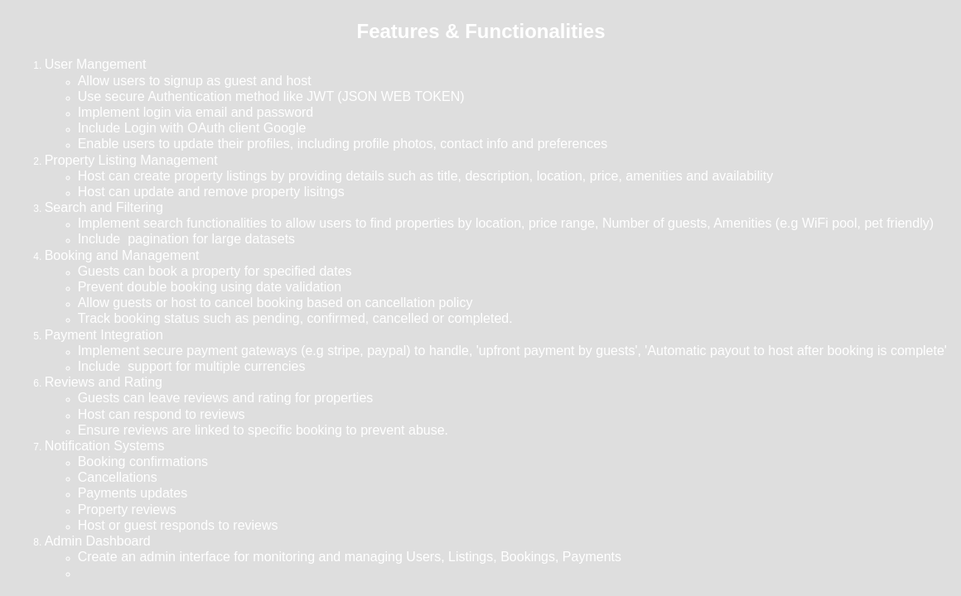
Above: features-and-functionalities/Airbnb_Clone_document.drawio.png in chukssomzzy/alx-airbnb-project-documentation (draw.io), before the change. Source tidied: cells renumbered, new cells last; positions are measured from the earlier drawing's top-left corner, leaving out a move shared by most shapes.
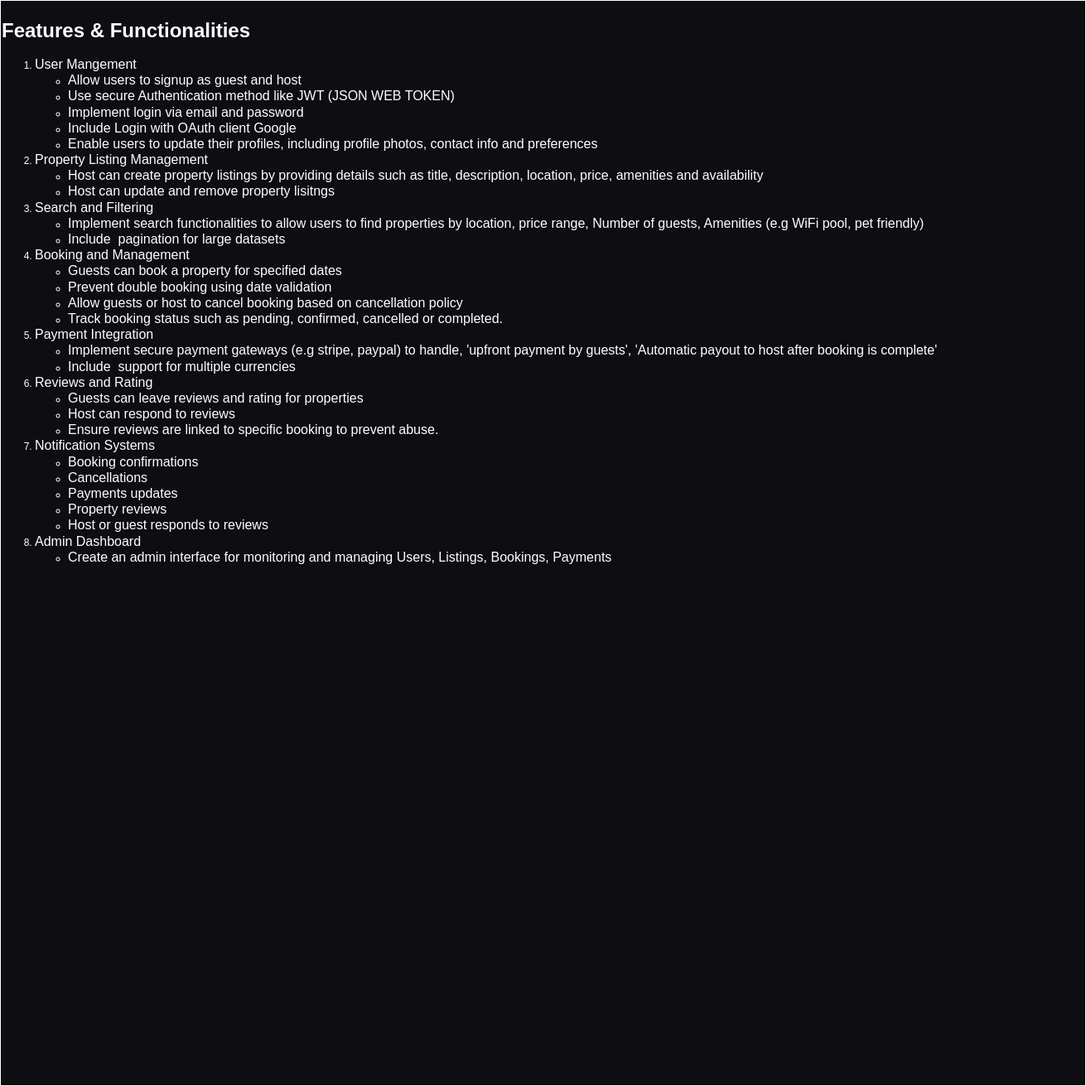
Later version of the same file.

Commit message:
feat: added use case diagram of the system

What changed in the source:
```diff
@@ -2,8 +2,11 @@
   <root>
     <mxCell id="0" />
     <mxCell id="1" parent="0" />
+    <mxCell id="3" style="whiteSpace=wrap;html=1;fillColor=#0D0D12;" parent="1" vertex="1">
+      <mxGeometry width="1310" height="1310" as="geometry" />
+    </mxCell>
-    <mxCell id="2" value="&lt;h1&gt;&lt;font&gt;Features &amp;amp; Functionalities&lt;/font&gt;&lt;/h1&gt;&lt;div style=&quot;text-align: left;&quot;&gt;&lt;ol&gt;&lt;li&gt;&lt;font style=&quot;font-size: 16px;&quot;&gt;User Mangement&amp;nbsp;&lt;/font&gt;&lt;/li&gt;&lt;ul&gt;&lt;li&gt;&lt;font style=&quot;font-size: 16px;&quot;&gt;Allow users to signup as guest and host&amp;nbsp;&lt;/font&gt;&lt;/li&gt;&lt;li&gt;&lt;font style=&quot;font-size: 16px;&quot;&gt;Use secure Authentication method like JWT (JSON WEB TOKEN)&amp;nbsp;&lt;/font&gt;&lt;/li&gt;&lt;li&gt;&lt;font style=&quot;font-size: 16px;&quot;&gt;Implement login via email and password&amp;nbsp;&lt;/font&gt;&lt;/li&gt;&lt;li&gt;&lt;font style=&quot;font-size: 16px;&quot;&gt;Include Login with OAuth client Google&amp;nbsp;&lt;/font&gt;&lt;/li&gt;&lt;li&gt;&lt;font style=&quot;font-size: 16px;&quot;&gt;Enable users to update their profiles, including profile photos, contact info and preferences&amp;nbsp;&lt;/font&gt;&lt;/li&gt;&lt;/ul&gt;&lt;li&gt;&lt;span style=&quot;font-size: 16px;&quot;&gt;Property Listing Management&amp;nbsp;&lt;/span&gt;&lt;/li&gt;&lt;ul&gt;&lt;li&gt;&lt;span style=&quot;font-size: 16px;&quot;&gt;Host can create property listings by providing details such as title, description, location, price, amenities and availability&amp;nbsp;&lt;/span&gt;&lt;/li&gt;&lt;li&gt;&lt;span style=&quot;font-size: 16px;&quot;&gt;Host can update and remove property lisitngs&lt;/span&gt;&lt;/li&gt;&lt;/ul&gt;&lt;li&gt;&lt;span style=&quot;font-size: 16px;&quot;&gt;Search and Filtering&amp;nbsp;&lt;/span&gt;&lt;/li&gt;&lt;ul&gt;&lt;li&gt;&lt;span style=&quot;font-size: 16px;&quot;&gt;Implement search functionalities to allow users to find properties by location, price range, Number of guests, Amenities (e.g WiFi pool, pet friendly)&lt;/span&gt;&lt;/li&gt;&lt;li&gt;&lt;span style=&quot;font-size: 16px;&quot;&gt;Include&amp;nbsp; pagination for large datasets&lt;/span&gt;&lt;/li&gt;&lt;/ul&gt;&lt;li&gt;&lt;span style=&quot;font-size: 16px;&quot;&gt;Booking and Management&amp;nbsp;&lt;/span&gt;&lt;/li&gt;&lt;ul&gt;&lt;li&gt;&lt;span style=&quot;font-size: 16px;&quot;&gt;Guests can book a property for specified dates&amp;nbsp;&lt;/span&gt;&lt;/li&gt;&lt;li&gt;&lt;span style=&quot;font-size: 16px;&quot;&gt;Prevent double booking using date validation&amp;nbsp;&lt;/span&gt;&lt;/li&gt;&lt;li&gt;&lt;span style=&quot;font-size: 16px;&quot;&gt;Allow guests or host to cancel booking based on cancellation policy&amp;nbsp;&lt;/span&gt;&lt;/li&gt;&lt;li&gt;&lt;span style=&quot;font-size: 16px;&quot;&gt;Track booking status such as pending, confirmed, cancelled or completed.&amp;nbsp;&lt;/span&gt;&lt;/li&gt;&lt;/ul&gt;&lt;li&gt;&lt;span style=&quot;font-size: 16px;&quot;&gt;Payment Integration&amp;nbsp;&lt;/span&gt;&lt;/li&gt;&lt;ul&gt;&lt;li&gt;&lt;span style=&quot;font-size: 16px;&quot;&gt;Implement secure payment gateways (e.g stripe, paypal) to handle, 'upfront payment by guests', 'Automatic payout to host after booking is complete'&amp;nbsp;&lt;/span&gt;&lt;/li&gt;&lt;li&gt;&lt;span style=&quot;font-size: 16px;&quot;&gt;Include&amp;nbsp; support for multiple currencies&lt;/span&gt;&lt;/li&gt;&lt;/ul&gt;&lt;li&gt;&lt;span style=&quot;font-size: 16px;&quot;&gt;Reviews and Rating&amp;nbsp;&lt;/span&gt;&lt;/li&gt;&lt;ul&gt;&lt;li&gt;&lt;span style=&quot;font-size: 16px;&quot;&gt;Guests can leave reviews and rating for properties&lt;/span&gt;&lt;/li&gt;&lt;li&gt;&lt;span style=&quot;font-size: 16px;&quot;&gt;Host can respond to reviews&amp;nbsp;&lt;/span&gt;&lt;/li&gt;&lt;li&gt;&lt;span style=&quot;font-size: 16px;&quot;&gt;Ensure reviews are linked to specific booking to prevent abuse.&amp;nbsp;&lt;/span&gt;&lt;/li&gt;&lt;/ul&gt;&lt;li&gt;&lt;span style=&quot;font-size: 16px;&quot;&gt;Notification Systems&amp;nbsp;&lt;/span&gt;&lt;/li&gt;&lt;ul&gt;&lt;li&gt;&lt;span style=&quot;font-size: 16px;&quot;&gt;Booking confirmations&amp;nbsp;&lt;/span&gt;&lt;/li&gt;&lt;li&gt;&lt;span style=&quot;font-size: 16px;&quot;&gt;Cancellations&amp;nbsp;&lt;/span&gt;&lt;/li&gt;&lt;li&gt;&lt;span style=&quot;font-size: 16px;&quot;&gt;Payments updates&amp;nbsp;&lt;/span&gt;&lt;/li&gt;&lt;li&gt;&lt;span style=&quot;font-size: 16px;&quot;&gt;Property reviews&amp;nbsp;&lt;/span&gt;&lt;/li&gt;&lt;li&gt;&lt;span style=&quot;font-size: 16px;&quot;&gt;Host or guest responds to reviews&amp;nbsp;&lt;/span&gt;&lt;/li&gt;&lt;/ul&gt;&lt;li&gt;&lt;span style=&quot;font-size: 16px;&quot;&gt;Admin Dashboard&amp;nbsp;&lt;/span&gt;&lt;/li&gt;&lt;ul&gt;&lt;li&gt;&lt;span style=&quot;font-size: 16px;&quot;&gt;Create an admin interface for monitoring and managing Users, Listings, Bookings, Payments&amp;nbsp;&lt;/span&gt;&lt;/li&gt;&lt;li&gt;&lt;span style=&quot;font-size: 16px;&quot;&gt;&lt;br&gt;&lt;/span&gt;&lt;/li&gt;&lt;/ul&gt;&lt;/ol&gt;&lt;/div&gt;" style="text;html=1;align=center;verticalAlign=middle;strokeColor=none;fillColor=none;" parent="1" vertex="1">
-      <mxGeometry width="1160" height="720" as="geometry" />
+    <mxCell id="2" value="&lt;h1&gt;&lt;font&gt;Features &amp;amp; Functionalities&lt;/font&gt;&lt;/h1&gt;&lt;div style=&quot;&quot;&gt;&lt;ol&gt;&lt;li&gt;&lt;font style=&quot;font-size: 16px;&quot;&gt;User Mangement&amp;nbsp;&lt;/font&gt;&lt;/li&gt;&lt;ul&gt;&lt;li&gt;&lt;font style=&quot;font-size: 16px;&quot;&gt;Allow users to signup as guest and host&amp;nbsp;&lt;/font&gt;&lt;/li&gt;&lt;li&gt;&lt;font style=&quot;font-size: 16px;&quot;&gt;Use secure Authentication method like JWT (JSON WEB TOKEN)&amp;nbsp;&lt;/font&gt;&lt;/li&gt;&lt;li&gt;&lt;font style=&quot;font-size: 16px;&quot;&gt;Implement login via email and password&amp;nbsp;&lt;/font&gt;&lt;/li&gt;&lt;li&gt;&lt;font style=&quot;font-size: 16px;&quot;&gt;Include Login with OAuth client Google&amp;nbsp;&lt;/font&gt;&lt;/li&gt;&lt;li&gt;&lt;font style=&quot;font-size: 16px;&quot;&gt;Enable users to update their profiles, including profile photos, contact info and preferences&amp;nbsp;&lt;/font&gt;&lt;/li&gt;&lt;/ul&gt;&lt;li&gt;&lt;span style=&quot;font-size: 16px;&quot;&gt;Property Listing Management&amp;nbsp;&lt;/span&gt;&lt;/li&gt;&lt;ul&gt;&lt;li&gt;&lt;span style=&quot;font-size: 16px;&quot;&gt;Host can create property listings by providing details such as title, description, location, price, amenities and availability&amp;nbsp;&lt;/span&gt;&lt;/li&gt;&lt;li&gt;&lt;span style=&quot;font-size: 16px;&quot;&gt;Host can update and remove property lisitngs&lt;/span&gt;&lt;/li&gt;&lt;/ul&gt;&lt;li&gt;&lt;span style=&quot;font-size: 16px;&quot;&gt;Search and Filtering&amp;nbsp;&lt;/span&gt;&lt;/li&gt;&lt;ul&gt;&lt;li&gt;&lt;span style=&quot;font-size: 16px;&quot;&gt;Implement search functionalities to allow users to find properties by location, price range, Number of guests, Amenities (e.g WiFi pool, pet friendly)&lt;/span&gt;&lt;/li&gt;&lt;li&gt;&lt;span style=&quot;font-size: 16px;&quot;&gt;Include&amp;nbsp; pagination for large datasets&lt;/span&gt;&lt;/li&gt;&lt;/ul&gt;&lt;li&gt;&lt;span style=&quot;font-size: 16px;&quot;&gt;Booking and Management&amp;nbsp;&lt;/span&gt;&lt;/li&gt;&lt;ul&gt;&lt;li&gt;&lt;span style=&quot;font-size: 16px;&quot;&gt;Guests can book a property for specified dates&amp;nbsp;&lt;/span&gt;&lt;/li&gt;&lt;li&gt;&lt;span style=&quot;font-size: 16px;&quot;&gt;Prevent double booking using date validation&amp;nbsp;&lt;/span&gt;&lt;/li&gt;&lt;li&gt;&lt;span style=&quot;font-size: 16px;&quot;&gt;Allow guests or host to cancel booking based on cancellation policy&amp;nbsp;&lt;/span&gt;&lt;/li&gt;&lt;li&gt;&lt;span style=&quot;font-size: 16px;&quot;&gt;Track booking status such as pending, confirmed, cancelled or completed.&amp;nbsp;&lt;/span&gt;&lt;/li&gt;&lt;/ul&gt;&lt;li&gt;&lt;span style=&quot;font-size: 16px;&quot;&gt;Payment Integration&amp;nbsp;&lt;/span&gt;&lt;/li&gt;&lt;ul&gt;&lt;li&gt;&lt;span style=&quot;font-size: 16px;&quot;&gt;Implement secure payment gateways (e.g stripe, paypal) to handle, 'upfront payment by guests', 'Automatic payout to host after booking is complete'&amp;nbsp;&lt;/span&gt;&lt;/li&gt;&lt;li&gt;&lt;span style=&quot;font-size: 16px;&quot;&gt;Include&amp;nbsp; support for multiple currencies&lt;/span&gt;&lt;/li&gt;&lt;/ul&gt;&lt;li&gt;&lt;span style=&quot;font-size: 16px;&quot;&gt;Reviews and Rating&amp;nbsp;&lt;/span&gt;&lt;/li&gt;&lt;ul&gt;&lt;li&gt;&lt;span style=&quot;font-size: 16px;&quot;&gt;Guests can leave reviews and rating for properties&lt;/span&gt;&lt;/li&gt;&lt;li&gt;&lt;span style=&quot;font-size: 16px;&quot;&gt;Host can respond to reviews&amp;nbsp;&lt;/span&gt;&lt;/li&gt;&lt;li&gt;&lt;span style=&quot;font-size: 16px;&quot;&gt;Ensure reviews are linked to specific booking to prevent abuse.&amp;nbsp;&lt;/span&gt;&lt;/li&gt;&lt;/ul&gt;&lt;li&gt;&lt;span style=&quot;font-size: 16px;&quot;&gt;Notification Systems&amp;nbsp;&lt;/span&gt;&lt;/li&gt;&lt;ul&gt;&lt;li&gt;&lt;span style=&quot;font-size: 16px;&quot;&gt;Booking confirmations&amp;nbsp;&lt;/span&gt;&lt;/li&gt;&lt;li&gt;&lt;span style=&quot;font-size: 16px;&quot;&gt;Cancellations&amp;nbsp;&lt;/span&gt;&lt;/li&gt;&lt;li&gt;&lt;span style=&quot;font-size: 16px;&quot;&gt;Payments updates&amp;nbsp;&lt;/span&gt;&lt;/li&gt;&lt;li&gt;&lt;span style=&quot;font-size: 16px;&quot;&gt;Property reviews&amp;nbsp;&lt;/span&gt;&lt;/li&gt;&lt;li&gt;&lt;span style=&quot;font-size: 16px;&quot;&gt;Host or guest responds to reviews&amp;nbsp;&lt;/span&gt;&lt;/li&gt;&lt;/ul&gt;&lt;li&gt;&lt;span style=&quot;font-size: 16px;&quot;&gt;Admin Dashboard&amp;nbsp;&lt;/span&gt;&lt;/li&gt;&lt;ul&gt;&lt;li&gt;&lt;span style=&quot;font-size: 16px;&quot;&gt;Create an admin interface for monitoring and managing Users, Listings, Bookings, Payments&amp;nbsp;&lt;/span&gt;&lt;/li&gt;&lt;/ul&gt;&lt;/ol&gt;&lt;/div&gt;" style="text;html=1;align=left;verticalAlign=middle;" parent="1" vertex="1">
+      <mxGeometry width="1160" height="700" as="geometry" />
     </mxCell>
   </root>
 </mxGraphModel>
```
